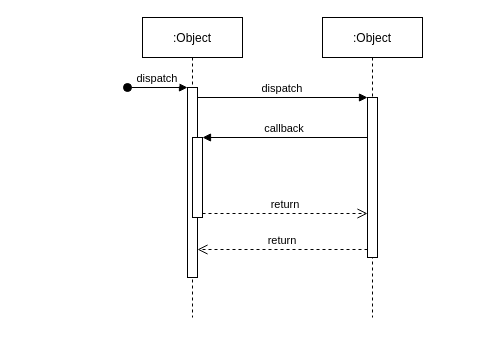
Above: uml.drawio in opetlund/TMM4275 (draw.io), before the change. Source tidied: cells renumbered, new cells numbered last; positions are measured from the earlier drawing's top-left corner, leaving out a move shared by most shapes. Both pictures are drawn from the tidied source at 100%, with x=0, y=0 at pixel (127, 17).
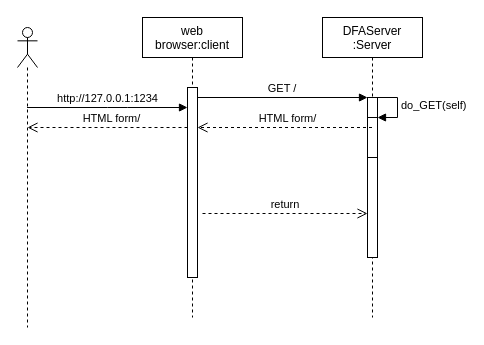
Above is the later version.

The change refers to these unchanged cells:
```xml
<mxCell id="3" style="points=[];perimeter=orthogonalPerimeter;rounded=0;shadow=0;strokeWidth=1;" parent="2" vertex="1">
  <mxGeometry x="45" y="70" width="10" height="190" as="geometry" />
</mxCell>
<mxCell id="7" style="points=[];perimeter=orthogonalPerimeter;rounded=0;shadow=0;strokeWidth=1;" parent="6" vertex="1">
  <mxGeometry x="45" y="80" width="10" height="160" as="geometry" />
</mxCell>
```

What changed in the source:
```diff
@@
-    <mxCell id="2" value=":Object" style="shape=umlLifeline;perimeter=lifelinePerimeter;rounded=0;shadow=0;strokeWidth=1;" parent="1" vertex="1">
+    <mxCell id="2" value="web&#10;browser:client" style="shape=umlLifeline;perimeter=lifelinePerimeter;rounded=0;shadow=0;strokeWidth=1;" parent="1" vertex="1">
       <mxGeometry x="15" width="100" height="300" as="geometry" />
     </mxCell>
@@
-    <mxCell id="4" value="dispatch" style="verticalAlign=bottom;startArrow=oval;endArrow=block;startSize=8;shadow=0;strokeWidth=1;" parent="2" edge="1" target="3">
-      <mxGeometry relative="1" as="geometry">
-        <mxPoint x="-15" y="70" as="sourcePoint" />
-      </mxGeometry>
-    </mxCell>
-    <mxCell id="5" style="points=[];perimeter=orthogonalPerimeter;rounded=0;shadow=0;strokeWidth=1;" parent="2" vertex="1">
-      <mxGeometry x="50" y="120" width="10" height="80" as="geometry" />
-    </mxCell>
-    <mxCell id="6" value=":Object" style="shape=umlLifeline;perimeter=lifelinePerimeter;rounded=0;shadow=0;strokeWidth=1;" parent="1" vertex="1">
+    <mxCell id="6" value="DFAServer&#10;:Server" style="shape=umlLifeline;perimeter=lifelinePerimeter;rounded=0;shadow=0;strokeWidth=1;" parent="1" vertex="1">
       <mxGeometry x="195" width="100" height="300" as="geometry" />
     </mxCell>
@@
+    <mxCell id="12" style="html=1;points=[];perimeter=orthogonalPerimeter;" parent="6" vertex="1">
+      <mxGeometry x="45" y="100" width="10" height="40" as="geometry" />
+    </mxCell>
+    <mxCell id="13" value="do_GET(self)" style="edgeStyle=orthogonalEdgeStyle;html=1;align=left;spacingLeft=2;endArrow=block;rounded=0;entryX=1;entryY=0;" parent="6" edge="1" target="12">
+      <mxGeometry relative="1" as="geometry">
+        <mxPoint x="50" y="80" as="sourcePoint" />
+        <Array as="points">
+          <mxPoint x="75" y="80" />
+        </Array>
+      </mxGeometry>
+    </mxCell>
-    <mxCell id="8" value="return" style="verticalAlign=bottom;endArrow=open;dashed=1;endSize=8;exitX=0;exitY=0.95;shadow=0;strokeWidth=1;" parent="1" edge="1" source="7" target="3">
-      <mxGeometry relative="1" as="geometry" />
+    <mxCell id="8" style="verticalAlign=bottom;endArrow=open;dashed=1;endSize=8;shadow=0;strokeWidth=1;" parent="1" edge="1" source="6" target="3">
+      <mxGeometry x="-0.06" y="-102" relative="1" as="geometry">
+        <Array as="points">
+          <mxPoint x="160" y="110" />
+        </Array>
+      </mxGeometry>
     </mxCell>
+    <mxCell id="14" value="HTML form/" style="edgeLabel;html=1;align=center;verticalAlign=middle;" parent="8" vertex="1">
+      <mxGeometry x="0.1" y="2" relative="1" as="geometry">
+        <mxPoint x="11.2" y="-12" as="offset" />
+      </mxGeometry>
+    </mxCell>
-    <mxCell id="9" value="dispatch" style="verticalAlign=bottom;endArrow=block;entryX=0;entryY=0;shadow=0;strokeWidth=1;" parent="1" edge="1" source="3" target="7">
+    <mxCell id="9" value="GET /" style="verticalAlign=bottom;endArrow=block;entryX=0;entryY=0;shadow=0;strokeWidth=1;" parent="1" edge="1" source="3" target="7">
       <mxGeometry relative="1" as="geometry" />
     </mxCell>
-    <mxCell id="10" value="callback" style="verticalAlign=bottom;endArrow=block;entryX=1;entryY=0;shadow=0;strokeWidth=1;" parent="1" edge="1" source="7" target="5">
-      <mxGeometry relative="1" as="geometry" />
-    </mxCell>
-    <mxCell id="11" value="return" style="verticalAlign=bottom;endArrow=open;dashed=1;endSize=8;exitX=1;exitY=0.95;shadow=0;strokeWidth=1;" parent="1" edge="1" source="5" target="7">
-      <mxGeometry relative="1" as="geometry" />
+    <mxCell id="11" value="return" style="verticalAlign=bottom;endArrow=open;dashed=1;endSize=8;exitX=1;exitY=0.95;shadow=0;strokeWidth=1;" parent="1" edge="1" target="7">
+      <mxGeometry relative="1" as="geometry">
+        <mxPoint x="75" y="196" as="sourcePoint" />
+      </mxGeometry>
     </mxCell>
+    <mxCell id="15" style="shape=umlLifeline;participant=umlActor;perimeter=lifelinePerimeter;whiteSpace=wrap;html=1;verticalAlign=top;spacingTop=36;outlineConnect=0;" parent="1" vertex="1">
+      <mxGeometry x="-110" y="10" width="20" height="300" as="geometry" />
+    </mxCell>
+    <mxCell id="16" value="http://127.0.0.1:1234" style="html=1;verticalAlign=bottom;endArrow=block;" parent="1" edge="1" source="15" target="3">
+      <mxGeometry relative="1" as="geometry">
+        <Array as="points">
+          <mxPoint x="-10" y="90" />
+        </Array>
+      </mxGeometry>
+    </mxCell>
+    <mxCell id="17" style="verticalAlign=bottom;endArrow=open;dashed=1;endSize=8;shadow=0;strokeWidth=1;" parent="1" edge="1">
+      <mxGeometry x="-0.06" y="-102" relative="1" as="geometry">
+        <mxPoint x="60" y="110" as="sourcePoint" />
+        <mxPoint x="-100" y="110" as="targetPoint" />
+        <Array as="points">
+          <mxPoint x="-10" y="110" />
+        </Array>
+      </mxGeometry>
+    </mxCell>
+    <mxCell id="18" value="HTML form/" style="edgeLabel;html=1;align=center;verticalAlign=middle;" parent="17" vertex="1">
+      <mxGeometry x="0.1" y="2" relative="1" as="geometry">
+        <mxPoint x="11.2" y="-12" as="offset" />
+      </mxGeometry>
+    </mxCell>
```
